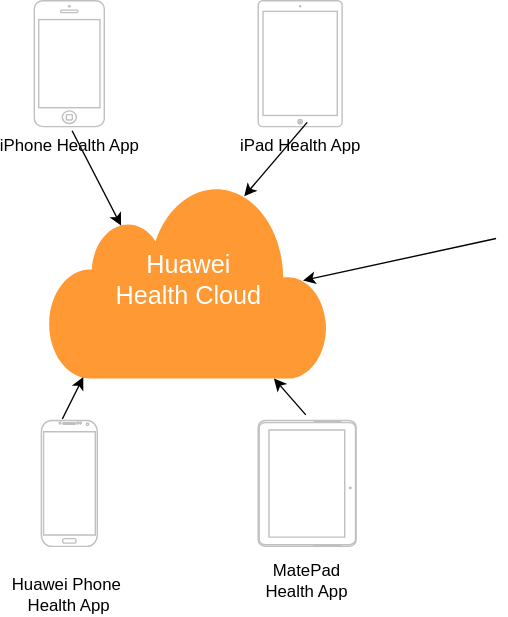
HuaHero/JavaGuide keeps this draw.io diagram as 运动健康云0层架构.drawio.svg. Above is the earlier version. Source tidied: cells renumbered, new cells last; positions are measured from the earlier drawing's top-left corner, leaving out a move shared by most shapes.
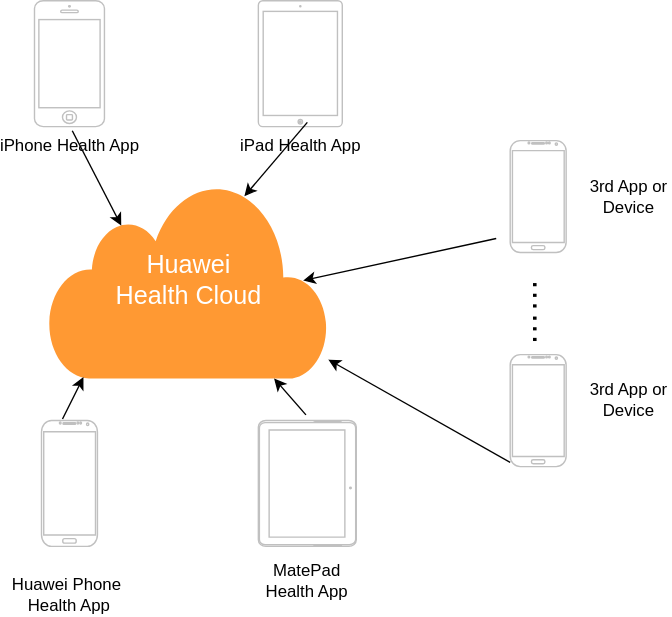
After the commit.

Commit message:
更新运动健康云0层架构.drawio.svg

The edit, as a diff of the source:
```diff
@@ -45,5 +45,23 @@
     <mxCell id="13" style="endArrow=classic;html=1;rounded=0;exitX=0.486;exitY=-0.044;exitDx=0;exitDy=0;exitPerimeter=0;" parent="1" edge="1" source="6" target="8">
       <mxGeometry relative="1" as="geometry" />
     </mxCell>
+    <mxCell id="14" style="verticalLabelPosition=bottom;verticalAlign=top;html=1;shadow=0;dashed=0;strokeWidth=1;shape=mxgraph.android.phone2;strokeColor=#c0c0c0;" parent="1" vertex="1">
+      <mxGeometry x="360" y="100" width="40" height="80" as="geometry" />
+    </mxCell>
+    <mxCell id="15" value="&lt;font style=&quot;font-size: 24px;&quot;&gt;……&lt;/font&gt;" style="text;html=1;strokeColor=none;fillColor=none;align=center;verticalAlign=middle;whiteSpace=wrap;rounded=0;rotation=90;" parent="1" vertex="1">
+      <mxGeometry x="355" y="208" width="60" height="30" as="geometry" />
+    </mxCell>
+    <mxCell id="16" style="verticalLabelPosition=bottom;verticalAlign=top;html=1;shadow=0;dashed=0;strokeWidth=1;shape=mxgraph.android.phone2;strokeColor=#c0c0c0;" parent="1" vertex="1">
+      <mxGeometry x="360" y="253" width="40" height="80" as="geometry" />
+    </mxCell>
+    <mxCell id="17" style="endArrow=classic;html=1;rounded=0;exitX=0;exitY=0.963;exitDx=0;exitDy=0;exitPerimeter=0;" parent="1" edge="1" source="16" target="8">
+      <mxGeometry relative="1" as="geometry" />
+    </mxCell>
+    <mxCell id="18" value="3rd App or Device" style="text;html=1;strokeColor=none;fillColor=none;align=center;verticalAlign=middle;whiteSpace=wrap;rounded=0;" parent="1" vertex="1">
+      <mxGeometry x="415" y="125" width="60" height="30" as="geometry" />
+    </mxCell>
+    <mxCell id="19" value="3rd App or Device" style="text;html=1;strokeColor=none;fillColor=none;align=center;verticalAlign=middle;whiteSpace=wrap;rounded=0;" parent="1" vertex="1">
+      <mxGeometry x="415" y="270" width="60" height="30" as="geometry" />
+    </mxCell>
   </root>
 </mxGraphModel>
```
